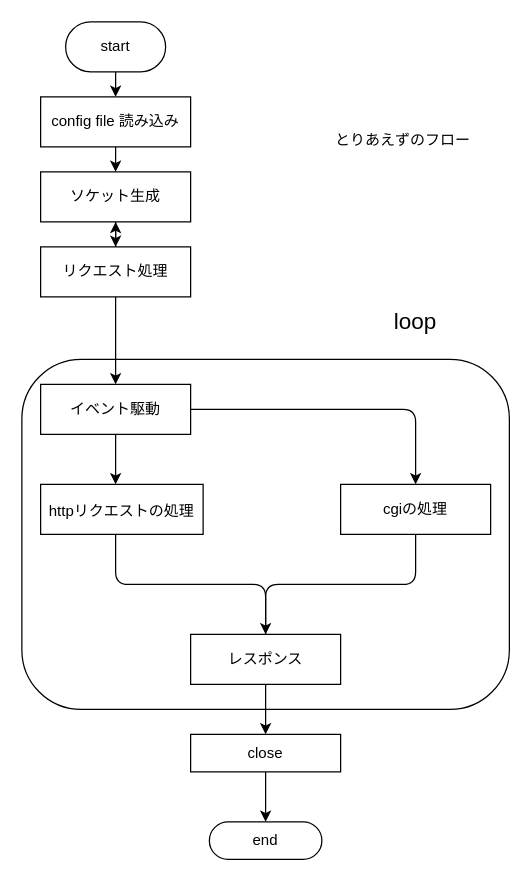
Above: webserv.drawio in deco-L/webserv (draw.io), before the change. Source tidied: cells renumbered, new cells numbered last; positions are measured from the earlier drawing's top-left corner, leaving out a move shared by most shapes. Both pictures are drawn from the tidied source at 125%, with x=0, y=0 at pixel (21, 21).
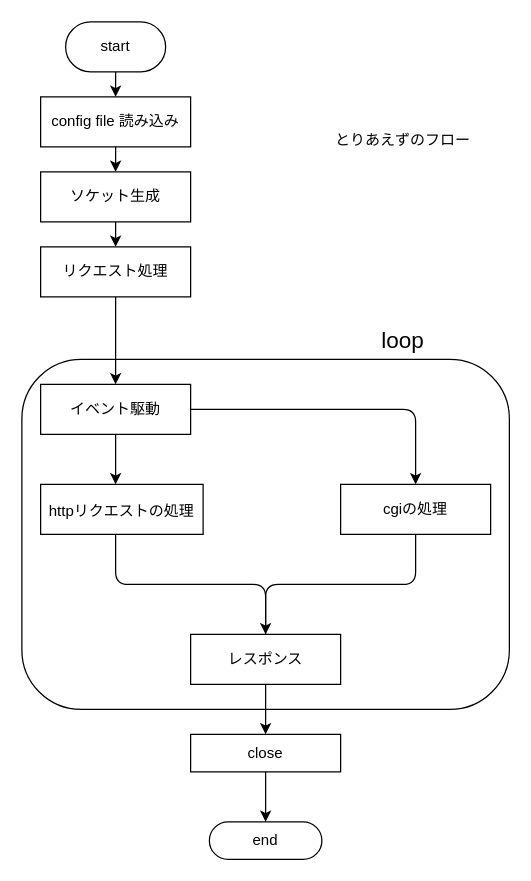
Above is the later version.

Unchanged cells that the change refers to:
```xml
<mxCell id="7" value="ソケット生成" style="rounded=0;whiteSpace=wrap;html=1;" parent="1" vertex="1">
  <mxGeometry x="15" y="120" width="120" height="40" as="geometry" />
</mxCell>
<mxCell id="10" value="リクエスト処理" style="rounded=0;whiteSpace=wrap;html=1;" parent="1" vertex="1">
  <mxGeometry x="15" y="180" width="120" height="40" as="geometry" />
</mxCell>
```

Diff of the diagram source:
```diff
@@
-    <mxCell id="9" style="edgeStyle=none;html=1;fontSize=18;" parent="1" edge="1" source="10" target="7">
-      <mxGeometry relative="1" as="geometry" />
-    </mxCell>
@@
     <mxCell id="11" value="&lt;font style=&quot;font-size: 18px;&quot;&gt;loop&lt;/font&gt;" style="text;html=1;strokeColor=none;fillColor=none;align=center;verticalAlign=middle;whiteSpace=wrap;rounded=0;" parent="1" vertex="1">
-      <mxGeometry x="280" y="225" width="70" height="30" as="geometry" />
+      <mxGeometry x="270" y="240" width="70" height="30" as="geometry" />
     </mxCell>
```
